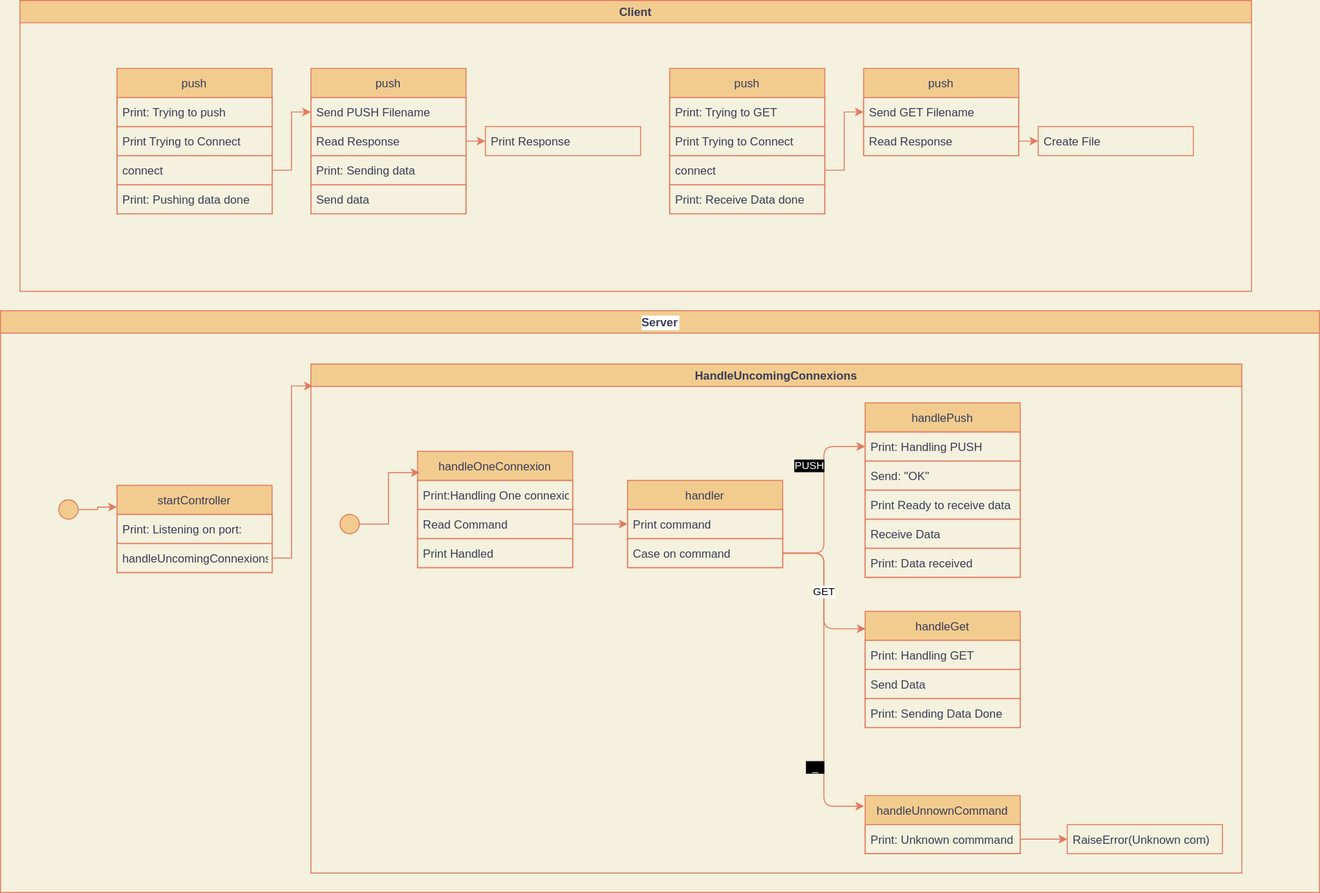
Above: Schema.svg in carlosfy/encrypted-storage (draw.io), before the change. Source tidied: cells renumbered, new cells last; positions are measured from the earlier drawing's top-left corner, leaving out a move shared by most shapes.
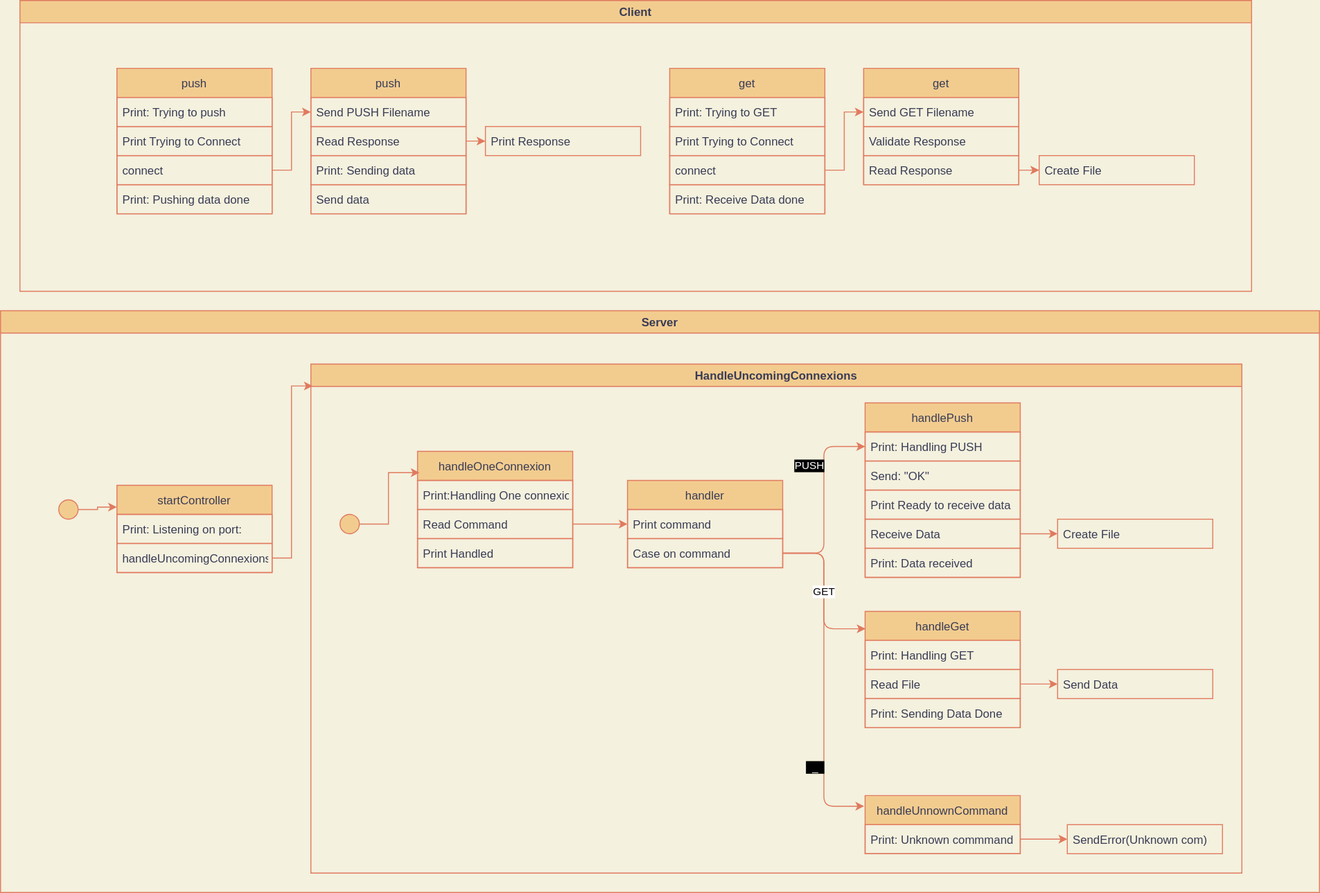
Above is the later version.

The edit, as a diff of the source:
```diff
@@ -44,7 +44,7 @@
     <mxCell id="15" style="edgeStyle=orthogonalEdgeStyle;rounded=0;jettySize=auto;html=1;exitX=1;exitY=0.5;exitDx=0;exitDy=0;labelBackgroundColor=#F4F1DE;strokeColor=#E07A5F;fontColor=#393C56;" parent="2" edge="1" source="10" target="14">
       <mxGeometry relative="1" as="geometry" />
     </mxCell>
-    <mxCell id="16" value="push" style="swimlane;fontStyle=0;horizontal=1;startSize=30;strokeColor=#E07A5F;fillColor=#F2CC8F;fontColor=#393C56;" parent="2" vertex="1">
+    <mxCell id="16" value="get" style="swimlane;fontStyle=0;horizontal=1;startSize=30;strokeColor=#E07A5F;fillColor=#F2CC8F;fontColor=#393C56;" parent="2" vertex="1">
       <mxGeometry x="670" y="70" width="160" height="150" as="geometry" />
     </mxCell>
     <mxCell id="17" value="Print: Trying to GET" style="text;strokeColor=#E07A5F;fillColor=none;align=left;verticalAlign=middle;spacingLeft=4;spacingRight=4;overflow=hidden;fontColor=#393C56;" parent="16" vertex="1">
@@ -59,25 +59,28 @@
     <mxCell id="20" value="Print: Receive Data done" style="text;strokeColor=#E07A5F;fillColor=none;align=left;verticalAlign=middle;spacingLeft=4;spacingRight=4;overflow=hidden;fontColor=#393C56;" parent="16" vertex="1">
       <mxGeometry y="120" width="160" height="30" as="geometry" />
     </mxCell>
-    <mxCell id="21" value="push" style="swimlane;fontStyle=0;horizontal=1;startSize=30;strokeColor=#E07A5F;fillColor=#F2CC8F;fontColor=#393C56;" parent="2" vertex="1">
-      <mxGeometry x="870" y="70" width="160" height="90" as="geometry" />
+    <mxCell id="21" value="get" style="swimlane;fontStyle=0;horizontal=1;startSize=30;strokeColor=#E07A5F;fillColor=#F2CC8F;fontColor=#393C56;" parent="2" vertex="1">
+      <mxGeometry x="870" y="70" width="160" height="120" as="geometry" />
     </mxCell>
     <mxCell id="22" value="Send GET Filename" style="text;strokeColor=#E07A5F;fillColor=none;align=left;verticalAlign=middle;spacingLeft=4;spacingRight=4;overflow=hidden;points=[[0,0.5],[1,0.5]];portConstraint=eastwest;fontColor=#393C56;" parent="21" vertex="1">
       <mxGeometry y="30" width="160" height="30" as="geometry" />
     </mxCell>
+    <mxCell id="62" value="Validate Response" style="text;strokeColor=#E07A5F;fillColor=none;align=left;verticalAlign=middle;spacingLeft=4;spacingRight=4;overflow=hidden;fontColor=#393C56;" parent="21" vertex="1">
+      <mxGeometry y="60" width="160" height="30" as="geometry" />
+    </mxCell>
     <mxCell id="23" value="Read Response" style="text;strokeColor=#E07A5F;fillColor=none;align=left;verticalAlign=middle;spacingLeft=4;spacingRight=4;overflow=hidden;points=[[0,0.5],[1,0.5]];portConstraint=eastwest;fontColor=#393C56;" parent="21" vertex="1">
-      <mxGeometry y="60" width="160" height="30" as="geometry" />
+      <mxGeometry y="90" width="160" height="30" as="geometry" />
     </mxCell>
     <mxCell id="24" style="edgeStyle=orthogonalEdgeStyle;rounded=0;jettySize=auto;html=1;exitX=1;exitY=0.5;exitDx=0;exitDy=0;labelBackgroundColor=#F4F1DE;strokeColor=#E07A5F;fontColor=#393C56;" parent="2" edge="1" source="19" target="22">
       <mxGeometry relative="1" as="geometry" />
     </mxCell>
     <mxCell id="25" value="Create File" style="text;strokeColor=#E07A5F;fillColor=none;align=left;verticalAlign=middle;spacingLeft=4;spacingRight=4;overflow=hidden;points=[[0,0.5],[1,0.5]];portConstraint=eastwest;fontColor=#393C56;" parent="2" vertex="1">
-      <mxGeometry x="1050" y="130" width="160" height="30" as="geometry" />
+      <mxGeometry x="1051" y="160" width="160" height="30" as="geometry" />
     </mxCell>
     <mxCell id="26" style="edgeStyle=orthogonalEdgeStyle;rounded=0;jettySize=auto;html=1;exitX=1;exitY=0.5;exitDx=0;exitDy=0;labelBackgroundColor=#F4F1DE;strokeColor=#E07A5F;fontColor=#393C56;" parent="2" edge="1" source="23" target="25">
       <mxGeometry relative="1" as="geometry" />
     </mxCell>
-    <mxCell id="27" value="Server" style="swimlane;strokeColor=#E07A5F;fillColor=#F2CC8F;fontColor=#393C56;labelBackgroundColor=default;" parent="1" vertex="1">
+    <mxCell id="27" value="Server" style="swimlane;strokeColor=#E07A5F;fillColor=#F2CC8F;fontColor=#393C56;labelBackgroundColor=none;" parent="1" vertex="1">
       <mxGeometry y="320" width="1360" height="600" as="geometry" />
     </mxCell>
     <mxCell id="28" value="startController" style="swimlane;fontStyle=0;horizontal=1;startSize=30;strokeColor=#E07A5F;fillColor=#F2CC8F;fontColor=#393C56;" parent="27" vertex="1">
@@ -158,7 +161,7 @@
     <mxCell id="53" value="Print: Handling GET" style="text;strokeColor=#E07A5F;fillColor=none;align=left;verticalAlign=middle;spacingLeft=4;spacingRight=4;overflow=hidden;fontColor=#393C56;" parent="52" vertex="1">
       <mxGeometry y="30" width="160" height="30" as="geometry" />
     </mxCell>
-    <mxCell id="54" value="Send Data" style="text;strokeColor=#E07A5F;fillColor=none;align=left;verticalAlign=middle;spacingLeft=4;spacingRight=4;overflow=hidden;points=[[0,0.5],[1,0.5]];portConstraint=eastwest;fontColor=#393C56;" parent="52" vertex="1">
+    <mxCell id="54" value="Read File" style="text;strokeColor=#E07A5F;fillColor=none;align=left;verticalAlign=middle;spacingLeft=4;spacingRight=4;overflow=hidden;points=[[0,0.5],[1,0.5]];portConstraint=eastwest;fontColor=#393C56;" parent="52" vertex="1">
       <mxGeometry y="60" width="160" height="30" as="geometry" />
     </mxCell>
     <mxCell id="55" value="Print: Sending Data Done" style="text;strokeColor=#E07A5F;fillColor=none;align=left;verticalAlign=middle;spacingLeft=4;spacingRight=4;overflow=hidden;fontColor=#393C56;" parent="52" vertex="1">
@@ -167,6 +170,18 @@
     <mxCell id="56" value="GET" style="edgeStyle=orthogonalEdgeStyle;rounded=1;jettySize=auto;html=1;exitX=1;exitY=0.5;exitDx=0;exitDy=0;entryX=0.003;entryY=0.15;entryDx=0;entryDy=0;entryPerimeter=0;fillColor=#a20025;strokeColor=#E07A5F;" parent="31" edge="1" source="34" target="52">
       <mxGeometry relative="1" as="geometry" />
     </mxCell>
+    <mxCell id="63" value="Create File" style="text;strokeColor=#E07A5F;fillColor=none;align=left;verticalAlign=middle;spacingLeft=4;spacingRight=4;overflow=hidden;points=[[0,0.5],[1,0.5]];portConstraint=eastwest;fontColor=#393C56;" parent="31" vertex="1">
+      <mxGeometry x="770" y="160" width="160" height="30" as="geometry" />
+    </mxCell>
+    <mxCell id="64" style="edgeStyle=orthogonalEdgeStyle;rounded=0;jettySize=auto;html=1;exitX=1;exitY=0.5;exitDx=0;exitDy=0;entryX=0;entryY=0.5;entryDx=0;entryDy=0;strokeColor=#E07A5F;" parent="31" edge="1" source="39" target="63">
+      <mxGeometry relative="1" as="geometry" />
+    </mxCell>
+    <mxCell id="65" value="Send Data" style="text;strokeColor=#E07A5F;fillColor=none;align=left;verticalAlign=middle;spacingLeft=4;spacingRight=4;overflow=hidden;points=[[0,0.5],[1,0.5]];portConstraint=eastwest;fontColor=#393C56;" parent="31" vertex="1">
+      <mxGeometry x="770" y="315" width="160" height="30" as="geometry" />
+    </mxCell>
+    <mxCell id="66" style="edgeStyle=orthogonalEdgeStyle;rounded=0;jettySize=auto;html=1;exitX=1;exitY=0.5;exitDx=0;exitDy=0;entryX=0;entryY=0.5;entryDx=0;entryDy=0;strokeColor=#E07A5F;" parent="31" edge="1" source="54" target="65">
+      <mxGeometry relative="1" as="geometry" />
+    </mxCell>
     <mxCell id="57" style="edgeStyle=orthogonalEdgeStyle;rounded=0;jettySize=auto;html=1;exitX=1;exitY=0.5;exitDx=0;exitDy=0;entryX=0;entryY=0.25;entryDx=0;entryDy=0;labelBackgroundColor=#F4F1DE;strokeColor=#E07A5F;fontColor=#393C56;" parent="27" edge="1" source="58" target="28">
       <mxGeometry relative="1" as="geometry" />
     </mxCell>
@@ -176,7 +191,7 @@
     <mxCell id="59" style="edgeStyle=orthogonalEdgeStyle;rounded=0;jettySize=auto;html=1;exitX=1;exitY=0.5;exitDx=0;exitDy=0;entryX=0.002;entryY=0.043;entryDx=0;entryDy=0;entryPerimeter=0;labelBackgroundColor=#F4F1DE;strokeColor=#E07A5F;fontColor=#393C56;" parent="27" edge="1" source="30" target="31">
       <mxGeometry relative="1" as="geometry" />
     </mxCell>
-    <mxCell id="60" value="RaiseError(Unknown com)" style="text;strokeColor=#E07A5F;fillColor=none;align=left;verticalAlign=middle;spacingLeft=4;spacingRight=4;overflow=hidden;points=[[0,0.5],[1,0.5]];portConstraint=eastwest;fontColor=#393C56;" parent="27" vertex="1">
+    <mxCell id="60" value="SendError(Unknown com)" style="text;strokeColor=#E07A5F;fillColor=none;align=left;verticalAlign=middle;spacingLeft=4;spacingRight=4;overflow=hidden;points=[[0,0.5],[1,0.5]];portConstraint=eastwest;fontColor=#393C56;" parent="27" vertex="1">
       <mxGeometry x="1100" y="530" width="160" height="30" as="geometry" />
     </mxCell>
     <mxCell id="61" style="edgeStyle=orthogonalEdgeStyle;rounded=0;jettySize=auto;html=1;exitX=1;exitY=0.5;exitDx=0;exitDy=0;labelBackgroundColor=#F4F1DE;strokeColor=#E07A5F;fontColor=#393C56;" parent="27" edge="1" source="43" target="60">
```
